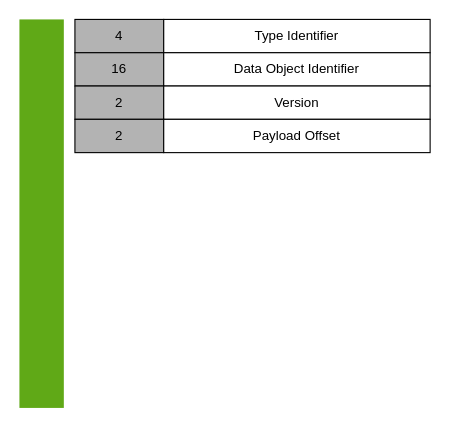
This is dhp/ZTDO.structure.drawio from wenhulove333/opendhp, a draw.io file, before an edit. Source tidied: cells renumbered, new cells numbered last; positions are measured from the earlier drawing's top-left corner, leaving out a move shared by most shapes. Both pictures are drawn from the tidied source at 111%, with x=0, y=0 at pixel (19, 19).
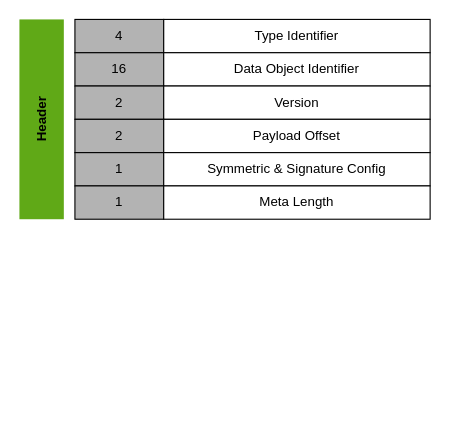
After the change.

Change to the diagram source:
```diff
@@
 <mxGraphModel>
   <root>
     <mxCell id="0" />
     <mxCell id="1" parent="0" />
     <mxCell id="2" style="rounded=0;whiteSpace=wrap;html=1;fillColor=#60a917;fontColor=#ffffff;strokeColor=none;" parent="1" vertex="1">
-      <mxGeometry width="40" height="350" as="geometry" />
+      <mxGeometry width="40" height="180" as="geometry" />
     </mxCell>
     <mxCell id="3" value="4" style="rounded=0;whiteSpace=wrap;html=1;fillColor=#B3B3B3;strokeColor=default;" parent="1" vertex="1">
       <mxGeometry x="50" width="80" height="30" as="geometry" />
     </mxCell>
     <mxCell id="4" value="Type Identifier" style="rounded=0;whiteSpace=wrap;html=1;" parent="1" vertex="1">
       <mxGeometry x="130" width="240" height="30" as="geometry" />
     </mxCell>
     <mxCell id="5" value="16" style="rounded=0;whiteSpace=wrap;html=1;fillColor=#B3B3B3;strokeColor=default;" parent="1" vertex="1">
       <mxGeometry x="50" y="30" width="80" height="30" as="geometry" />
     </mxCell>
     <mxCell id="6" value="Data Object Identifier" style="rounded=0;whiteSpace=wrap;html=1;" parent="1" vertex="1">
       <mxGeometry x="130" y="30" width="240" height="30" as="geometry" />
     </mxCell>
     <mxCell id="7" value="2" style="rounded=0;whiteSpace=wrap;html=1;fillColor=#B3B3B3;strokeColor=default;" parent="1" vertex="1">
       <mxGeometry x="50" y="60" width="80" height="30" as="geometry" />
     </mxCell>
     <mxCell id="8" value="Version" style="rounded=0;whiteSpace=wrap;html=1;" parent="1" vertex="1">
       <mxGeometry x="130" y="60" width="240" height="30" as="geometry" />
     </mxCell>
     <mxCell id="9" value="2" style="rounded=0;whiteSpace=wrap;html=1;fillColor=#B3B3B3;strokeColor=default;" parent="1" vertex="1">
       <mxGeometry x="50" y="90" width="80" height="30" as="geometry" />
     </mxCell>
     <mxCell id="10" value="Payload Offset" style="rounded=0;whiteSpace=wrap;html=1;" parent="1" vertex="1">
       <mxGeometry x="130" y="90" width="240" height="30" as="geometry" />
     </mxCell>
+    <mxCell id="11" value="1" style="rounded=0;whiteSpace=wrap;html=1;fillColor=#B3B3B3;strokeColor=default;" parent="1" vertex="1">
+      <mxGeometry x="50" y="120" width="80" height="30" as="geometry" />
+    </mxCell>
+    <mxCell id="12" value="Symmetric &amp;amp; Signature Config" style="rounded=0;whiteSpace=wrap;html=1;" parent="1" vertex="1">
+      <mxGeometry x="130" y="120" width="240" height="30" as="geometry" />
+    </mxCell>
+    <mxCell id="13" value="1" style="rounded=0;whiteSpace=wrap;html=1;fillColor=#B3B3B3;strokeColor=default;" parent="1" vertex="1">
+      <mxGeometry x="50" y="150" width="80" height="30" as="geometry" />
+    </mxCell>
+    <mxCell id="14" value="Meta Length" style="rounded=0;whiteSpace=wrap;html=1;" parent="1" vertex="1">
+      <mxGeometry x="130" y="150" width="240" height="30" as="geometry" />
+    </mxCell>
+    <mxCell id="15" value="&lt;b&gt;Header&lt;/b&gt;" style="text;html=1;align=center;verticalAlign=middle;whiteSpace=wrap;rounded=0;rotation=-90;" parent="1" vertex="1">
+      <mxGeometry x="-10" y="75" width="60" height="30" as="geometry" />
+    </mxCell>
   </root>
 </mxGraphModel>
```
